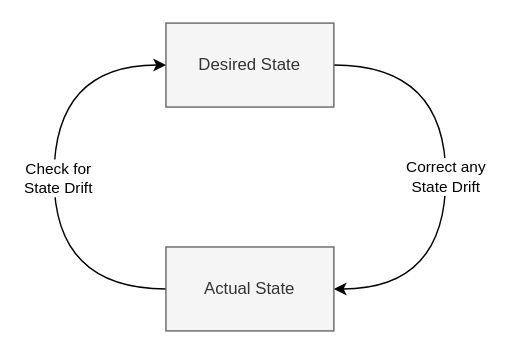
The draw.io diagram docs/kubernetes-state-design.drawio.svg in danielloader/kubernetes-sdlc, before a commit. Source tidied: cells renumbered, new cells last; positions are measured from the earlier drawing's top-left corner, leaving out a move shared by most shapes.
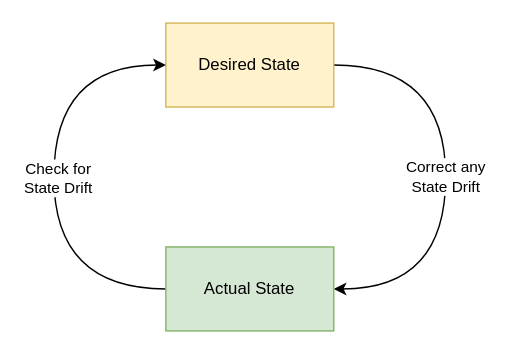
Later version of the same file.

What changed in the source:
```diff
@@ -10,7 +10,7 @@
         </Array>
       </mxGeometry>
     </mxCell>
-    <mxCell id="3" value="Desired State" style="rounded=0;whiteSpace=wrap;html=1;fillColor=#f5f5f5;fontColor=#333333;strokeColor=#666666;" parent="1" vertex="1">
+    <mxCell id="3" value="Desired State" style="rounded=0;whiteSpace=wrap;html=1;fillColor=#fff2cc;strokeColor=#d6b656;" parent="1" vertex="1">
       <mxGeometry x="80" width="120" height="60" as="geometry" />
     </mxCell>
     <mxCell id="4" style="edgeStyle=orthogonalEdgeStyle;curved=1;html=1;entryX=0;entryY=0.5;entryDx=0;entryDy=0;exitX=0;exitY=0.5;exitDx=0;exitDy=0;" parent="1" edge="1" source="6" target="3">
@@ -26,7 +26,7 @@
         <mxPoint y="12" as="offset" />
       </mxGeometry>
     </mxCell>
-    <mxCell id="6" value="Actual State" style="rounded=0;whiteSpace=wrap;html=1;fillColor=#f5f5f5;fontColor=#333333;strokeColor=#666666;" parent="1" vertex="1">
+    <mxCell id="6" value="Actual State" style="rounded=0;whiteSpace=wrap;html=1;fillColor=#d5e8d4;strokeColor=#82b366;" parent="1" vertex="1">
       <mxGeometry x="80" y="160" width="120" height="60" as="geometry" />
     </mxCell>
   </root>
```
